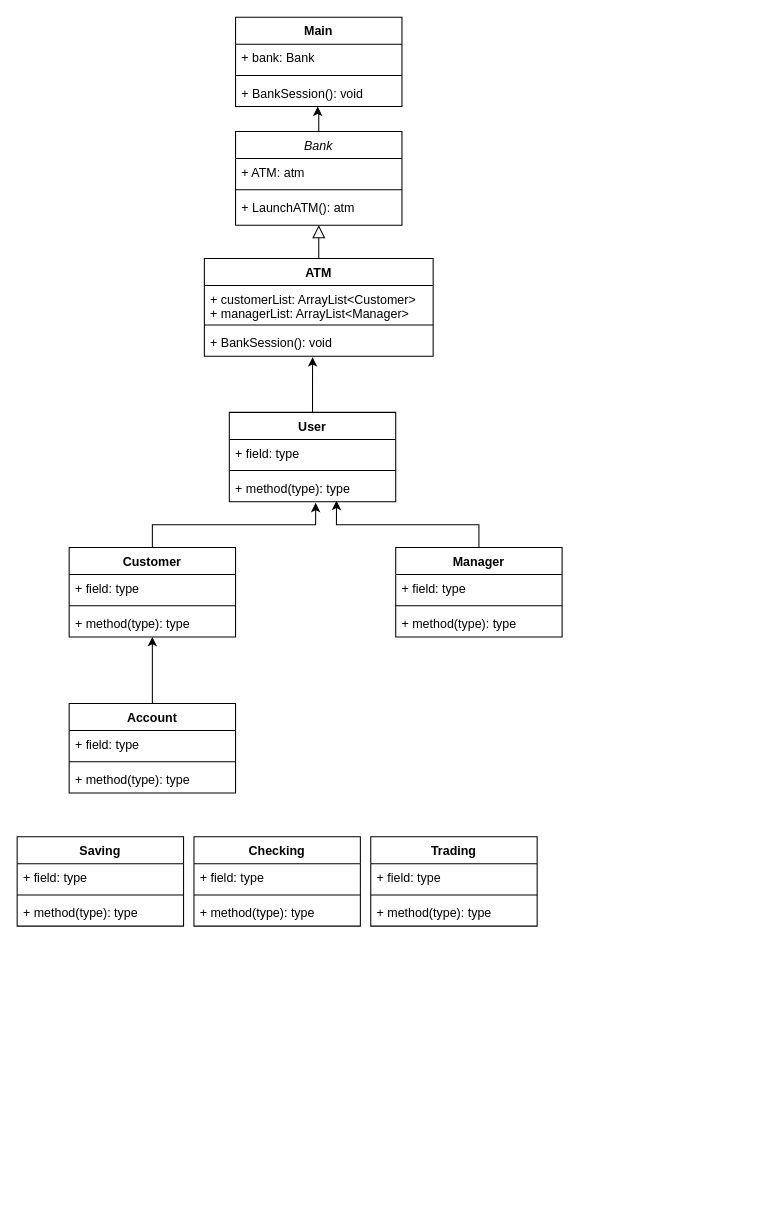
This is BankUML.drawio from mattgilgo/Bank_Final_Project, a draw.io file, before an edit. Source tidied: cells renumbered, new cells numbered last; positions are measured from the earlier drawing's top-left corner, leaving out a move shared by most shapes. Both pictures are drawn from the tidied source at 104%, with x=0, y=0 at pixel (17, 17).
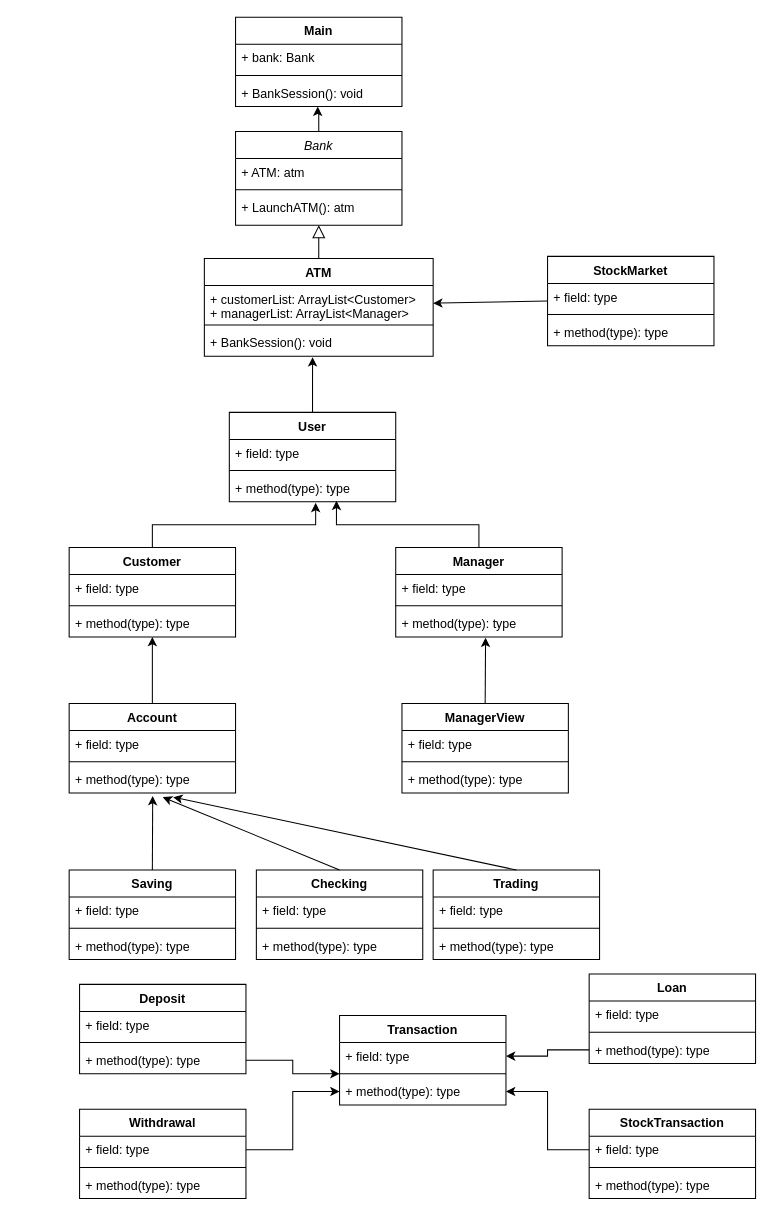
The same diagram, later.

Unchanged cells that the change refers to:
```xml
<mxCell id="13" value="+ customerList: ArrayList&lt;Customer&gt;&#10;+ managerList: ArrayList&lt;Manager&gt;" style="text;strokeColor=none;fillColor=none;align=left;verticalAlign=top;spacingLeft=4;spacingRight=4;overflow=hidden;points=[[0,0.5],[1,0.5]];portConstraint=eastwest;" parent="12" vertex="1">
  <mxGeometry y="26" width="220" height="34" as="geometry" />
</mxCell>
<mxCell id="30" value="+ method(type): type" style="text;strokeColor=none;fillColor=none;align=left;verticalAlign=top;spacingLeft=4;spacingRight=4;overflow=hidden;points=[[0,0.5],[1,0.5]];portConstraint=eastwest;" parent="27" vertex="1">
  <mxGeometry y="60" width="160" height="26" as="geometry" />
</mxCell>
<mxCell id="35" value="+ method(type): type" style="text;strokeColor=none;fillColor=none;align=left;verticalAlign=top;spacingLeft=4;spacingRight=4;overflow=hidden;points=[[0,0.5],[1,0.5]];portConstraint=eastwest;" parent="32" vertex="1">
  <mxGeometry y="60" width="160" height="26" as="geometry" />
</mxCell>
```

What changed in the source:
```diff
@@
     <mxCell id="36" value="Saving" style="swimlane;fontStyle=1;align=center;verticalAlign=top;horizontal=1;startSize=26;" parent="1" vertex="1">
-      <mxGeometry y="788" width="160" height="86" as="geometry" />
+      <mxGeometry x="50" y="820" width="160" height="86" as="geometry" />
     </mxCell>
@@
     <mxCell id="40" value="Checking" style="swimlane;fontStyle=1;align=center;verticalAlign=top;horizontal=1;startSize=26;" parent="1" vertex="1">
-      <mxGeometry x="170" y="788" width="160" height="86" as="geometry" />
+      <mxGeometry x="230" y="820" width="160" height="86" as="geometry" />
     </mxCell>
@@
     <mxCell id="44" value="Trading" style="swimlane;fontStyle=1;align=center;verticalAlign=top;horizontal=1;startSize=26;" parent="1" vertex="1">
-      <mxGeometry x="340" y="788" width="160" height="86" as="geometry" />
+      <mxGeometry x="400" y="820" width="160" height="86" as="geometry" />
     </mxCell>
@@
+    <mxCell id="48" style="endArrow=classic;html=1;rounded=0;exitX=0.5;exitY=0;exitDx=0;exitDy=0;entryX=0.502;entryY=1.111;entryDx=0;entryDy=0;entryPerimeter=0;" parent="1" edge="1" source="36" target="35">
+      <mxGeometry relative="1" as="geometry" />
+    </mxCell>
+    <mxCell id="49" style="endArrow=classic;html=1;rounded=0;exitX=0.5;exitY=0;exitDx=0;exitDy=0;" parent="1" edge="1" source="40">
+      <mxGeometry relative="1" as="geometry">
+        <mxPoint x="140" y="750" as="targetPoint" />
+      </mxGeometry>
+    </mxCell>
+    <mxCell id="50" style="endArrow=classic;html=1;rounded=0;exitX=0.5;exitY=0;exitDx=0;exitDy=0;" parent="1" edge="1" source="44">
+      <mxGeometry relative="1" as="geometry">
+        <mxPoint x="150" y="750" as="targetPoint" />
+      </mxGeometry>
+    </mxCell>
+    <mxCell id="51" value="StockMarket" style="swimlane;fontStyle=1;align=center;verticalAlign=top;horizontal=1;startSize=26;" parent="1" vertex="1">
+      <mxGeometry x="510" y="230" width="160" height="86" as="geometry" />
+    </mxCell>
+    <mxCell id="52" value="+ field: type" style="text;strokeColor=none;fillColor=none;align=left;verticalAlign=top;spacingLeft=4;spacingRight=4;overflow=hidden;" parent="51" vertex="1">
+      <mxGeometry y="26" width="160" height="26" as="geometry" />
+    </mxCell>
+    <mxCell id="53" style="line;strokeWidth=1;fillColor=none;align=left;verticalAlign=middle;spacingTop=-1;spacingLeft=3;spacingRight=3;labelPosition=right;" parent="51" vertex="1">
+      <mxGeometry y="52" width="160" height="8" as="geometry" />
+    </mxCell>
+    <mxCell id="54" value="+ method(type): type" style="text;strokeColor=none;fillColor=none;align=left;verticalAlign=top;spacingLeft=4;spacingRight=4;overflow=hidden;" parent="51" vertex="1">
+      <mxGeometry y="60" width="160" height="26" as="geometry" />
+    </mxCell>
+    <mxCell id="55" style="endArrow=classic;html=1;rounded=0;exitX=0;exitY=0.5;exitDx=0;exitDy=0;entryX=1;entryY=0.5;entryDx=0;entryDy=0;" parent="1" edge="1" source="51" target="13">
+      <mxGeometry relative="1" as="geometry" />
+    </mxCell>
+    <mxCell id="56" value="ManagerView" style="swimlane;fontStyle=1;align=center;verticalAlign=top;horizontal=1;startSize=26;" parent="1" vertex="1">
+      <mxGeometry x="370" y="660" width="160" height="86" as="geometry" />
+    </mxCell>
+    <mxCell id="57" value="+ field: type" style="text;strokeColor=none;fillColor=none;align=left;verticalAlign=top;spacingLeft=4;spacingRight=4;overflow=hidden;" parent="56" vertex="1">
+      <mxGeometry y="26" width="160" height="26" as="geometry" />
+    </mxCell>
+    <mxCell id="58" style="line;strokeWidth=1;fillColor=none;align=left;verticalAlign=middle;spacingTop=-1;spacingLeft=3;spacingRight=3;labelPosition=right;" parent="56" vertex="1">
+      <mxGeometry y="52" width="160" height="8" as="geometry" />
+    </mxCell>
+    <mxCell id="59" value="+ method(type): type" style="text;strokeColor=none;fillColor=none;align=left;verticalAlign=top;spacingLeft=4;spacingRight=4;overflow=hidden;" parent="56" vertex="1">
+      <mxGeometry y="60" width="160" height="26" as="geometry" />
+    </mxCell>
+    <mxCell id="60" style="endArrow=classic;html=1;rounded=0;exitX=0.5;exitY=0;exitDx=0;exitDy=0;entryX=0.54;entryY=1.026;entryDx=0;entryDy=0;entryPerimeter=0;" parent="1" edge="1" source="56" target="30">
+      <mxGeometry relative="1" as="geometry" />
+    </mxCell>
+    <mxCell id="61" value="Transaction" style="swimlane;fontStyle=1;align=center;verticalAlign=top;horizontal=1;startSize=26;" parent="1" vertex="1">
+      <mxGeometry x="310" y="960" width="160" height="86" as="geometry" />
+    </mxCell>
+    <mxCell id="62" value="+ field: type" style="text;strokeColor=none;fillColor=none;align=left;verticalAlign=top;spacingLeft=4;spacingRight=4;overflow=hidden;points=[[0,0.5],[1,0.5]];portConstraint=eastwest;" parent="61" vertex="1">
+      <mxGeometry y="26" width="160" height="26" as="geometry" />
+    </mxCell>
+    <mxCell id="63" style="line;strokeWidth=1;fillColor=none;align=left;verticalAlign=middle;spacingTop=-1;spacingLeft=3;spacingRight=3;labelPosition=right;points=[];portConstraint=eastwest;" parent="61" vertex="1">
+      <mxGeometry y="52" width="160" height="8" as="geometry" />
+    </mxCell>
+    <mxCell id="64" value="+ method(type): type" style="text;strokeColor=none;fillColor=none;align=left;verticalAlign=top;spacingLeft=4;spacingRight=4;overflow=hidden;points=[[0,0.5],[1,0.5]];portConstraint=eastwest;" parent="61" vertex="1">
+      <mxGeometry y="60" width="160" height="26" as="geometry" />
+    </mxCell>
+    <mxCell id="65" value="Loan" style="swimlane;fontStyle=1;align=center;verticalAlign=top;horizontal=1;startSize=26;" parent="1" vertex="1">
+      <mxGeometry x="550" y="920" width="160" height="86" as="geometry" />
+    </mxCell>
+    <mxCell id="66" value="+ field: type" style="text;strokeColor=none;fillColor=none;align=left;verticalAlign=top;spacingLeft=4;spacingRight=4;overflow=hidden;" parent="65" vertex="1">
+      <mxGeometry y="26" width="160" height="26" as="geometry" />
+    </mxCell>
+    <mxCell id="67" style="line;strokeWidth=1;fillColor=none;align=left;verticalAlign=middle;spacingTop=-1;spacingLeft=3;spacingRight=3;labelPosition=right;" parent="65" vertex="1">
+      <mxGeometry y="52" width="160" height="8" as="geometry" />
+    </mxCell>
+    <mxCell id="68" value="+ method(type): type" style="text;strokeColor=none;fillColor=none;align=left;verticalAlign=top;spacingLeft=4;spacingRight=4;overflow=hidden;points=[[0,0.5],[1,0.5]];portConstraint=eastwest;" parent="65" vertex="1">
+      <mxGeometry y="60" width="160" height="26" as="geometry" />
+    </mxCell>
+    <mxCell id="69" value="StockTransaction" style="swimlane;fontStyle=1;align=center;verticalAlign=top;horizontal=1;startSize=26;" parent="1" vertex="1">
+      <mxGeometry x="550" y="1050" width="160" height="86" as="geometry" />
+    </mxCell>
+    <mxCell id="70" value="+ field: type" style="text;strokeColor=none;fillColor=none;align=left;verticalAlign=top;spacingLeft=4;spacingRight=4;overflow=hidden;points=[[0,0.5],[1,0.5]];portConstraint=eastwest;" parent="69" vertex="1">
+      <mxGeometry y="26" width="160" height="26" as="geometry" />
+    </mxCell>
+    <mxCell id="71" style="line;strokeWidth=1;fillColor=none;align=left;verticalAlign=middle;spacingTop=-1;spacingLeft=3;spacingRight=3;labelPosition=right;" parent="69" vertex="1">
+      <mxGeometry y="52" width="160" height="8" as="geometry" />
+    </mxCell>
+    <mxCell id="72" value="+ method(type): type" style="text;strokeColor=none;fillColor=none;align=left;verticalAlign=top;spacingLeft=4;spacingRight=4;overflow=hidden;" parent="69" vertex="1">
+      <mxGeometry y="60" width="160" height="26" as="geometry" />
+    </mxCell>
+    <mxCell id="73" value="Deposit" style="swimlane;fontStyle=1;align=center;verticalAlign=top;horizontal=1;startSize=26;" parent="1" vertex="1">
+      <mxGeometry x="60" y="930" width="160" height="86" as="geometry" />
+    </mxCell>
+    <mxCell id="74" value="+ field: type" style="text;strokeColor=none;fillColor=none;align=left;verticalAlign=top;spacingLeft=4;spacingRight=4;overflow=hidden;" parent="73" vertex="1">
+      <mxGeometry y="26" width="160" height="26" as="geometry" />
+    </mxCell>
+    <mxCell id="75" style="line;strokeWidth=1;fillColor=none;align=left;verticalAlign=middle;spacingTop=-1;spacingLeft=3;spacingRight=3;labelPosition=right;" parent="73" vertex="1">
+      <mxGeometry y="52" width="160" height="8" as="geometry" />
+    </mxCell>
+    <mxCell id="76" value="+ method(type): type" style="text;strokeColor=none;fillColor=none;align=left;verticalAlign=top;spacingLeft=4;spacingRight=4;overflow=hidden;points=[[0,0.5],[1,0.5]];portConstraint=eastwest;" parent="73" vertex="1">
+      <mxGeometry y="60" width="160" height="26" as="geometry" />
+    </mxCell>
+    <mxCell id="77" value="Withdrawal" style="swimlane;fontStyle=1;align=center;verticalAlign=top;horizontal=1;startSize=26;" parent="1" vertex="1">
+      <mxGeometry x="60" y="1050" width="160" height="86" as="geometry" />
+    </mxCell>
+    <mxCell id="78" value="+ field: type" style="text;strokeColor=none;fillColor=none;align=left;verticalAlign=top;spacingLeft=4;spacingRight=4;overflow=hidden;points=[[0,0.5],[1,0.5]];portConstraint=eastwest;" parent="77" vertex="1">
+      <mxGeometry y="26" width="160" height="26" as="geometry" />
+    </mxCell>
+    <mxCell id="79" style="line;strokeWidth=1;fillColor=none;align=left;verticalAlign=middle;spacingTop=-1;spacingLeft=3;spacingRight=3;labelPosition=right;" parent="77" vertex="1">
+      <mxGeometry y="52" width="160" height="8" as="geometry" />
+    </mxCell>
+    <mxCell id="80" value="+ method(type): type" style="text;strokeColor=none;fillColor=none;align=left;verticalAlign=top;spacingLeft=4;spacingRight=4;overflow=hidden;" parent="77" vertex="1">
+      <mxGeometry y="60" width="160" height="26" as="geometry" />
+    </mxCell>
+    <mxCell id="81" style="edgeStyle=orthogonalEdgeStyle;rounded=0;jettySize=auto;html=1;" parent="1" edge="1" source="76" target="63">
+      <mxGeometry relative="1" as="geometry" />
+    </mxCell>
+    <mxCell id="82" style="edgeStyle=orthogonalEdgeStyle;rounded=0;jettySize=auto;html=1;" parent="1" edge="1" source="78" target="64">
+      <mxGeometry relative="1" as="geometry" />
+    </mxCell>
+    <mxCell id="83" style="edgeStyle=orthogonalEdgeStyle;rounded=0;jettySize=auto;html=1;" parent="1" edge="1" source="68" target="62">
+      <mxGeometry relative="1" as="geometry" />
+    </mxCell>
+    <mxCell id="84" style="edgeStyle=orthogonalEdgeStyle;rounded=0;jettySize=auto;html=1;" parent="1" edge="1" source="70" target="64">
+      <mxGeometry relative="1" as="geometry" />
+    </mxCell>
```
